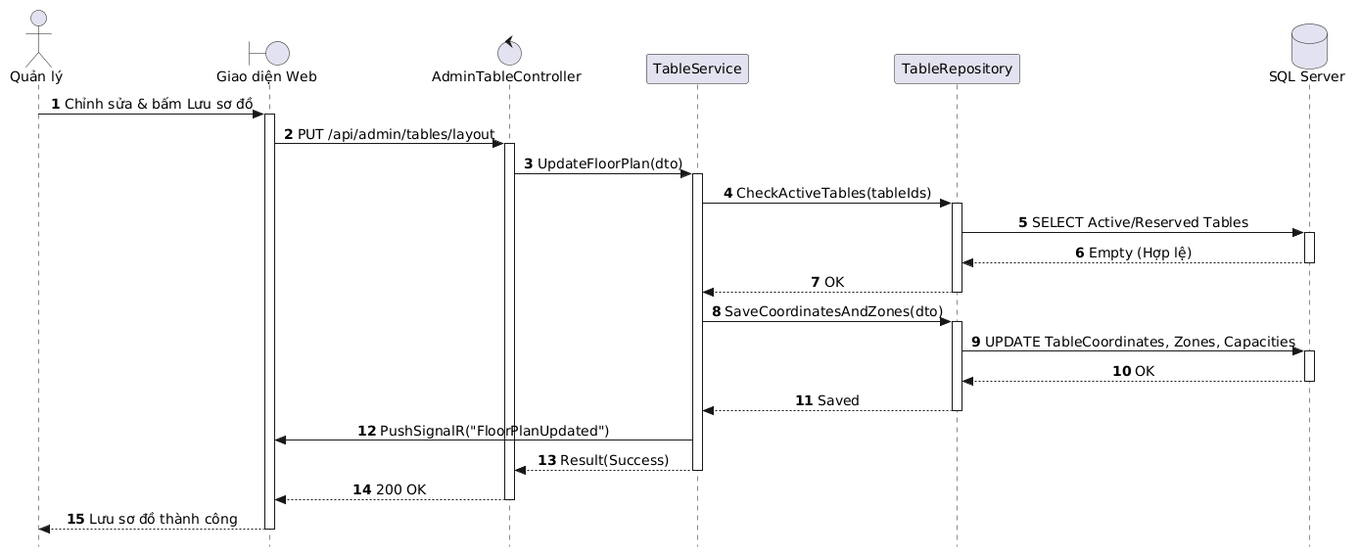
Above: out/docs/puml/sequences/SD_UC_A2_Floor_Plan_Layout/SD_UC_A2_Floor_Plan_Layout.png in AndrewQng/VinDining (PlantUML), before the change.
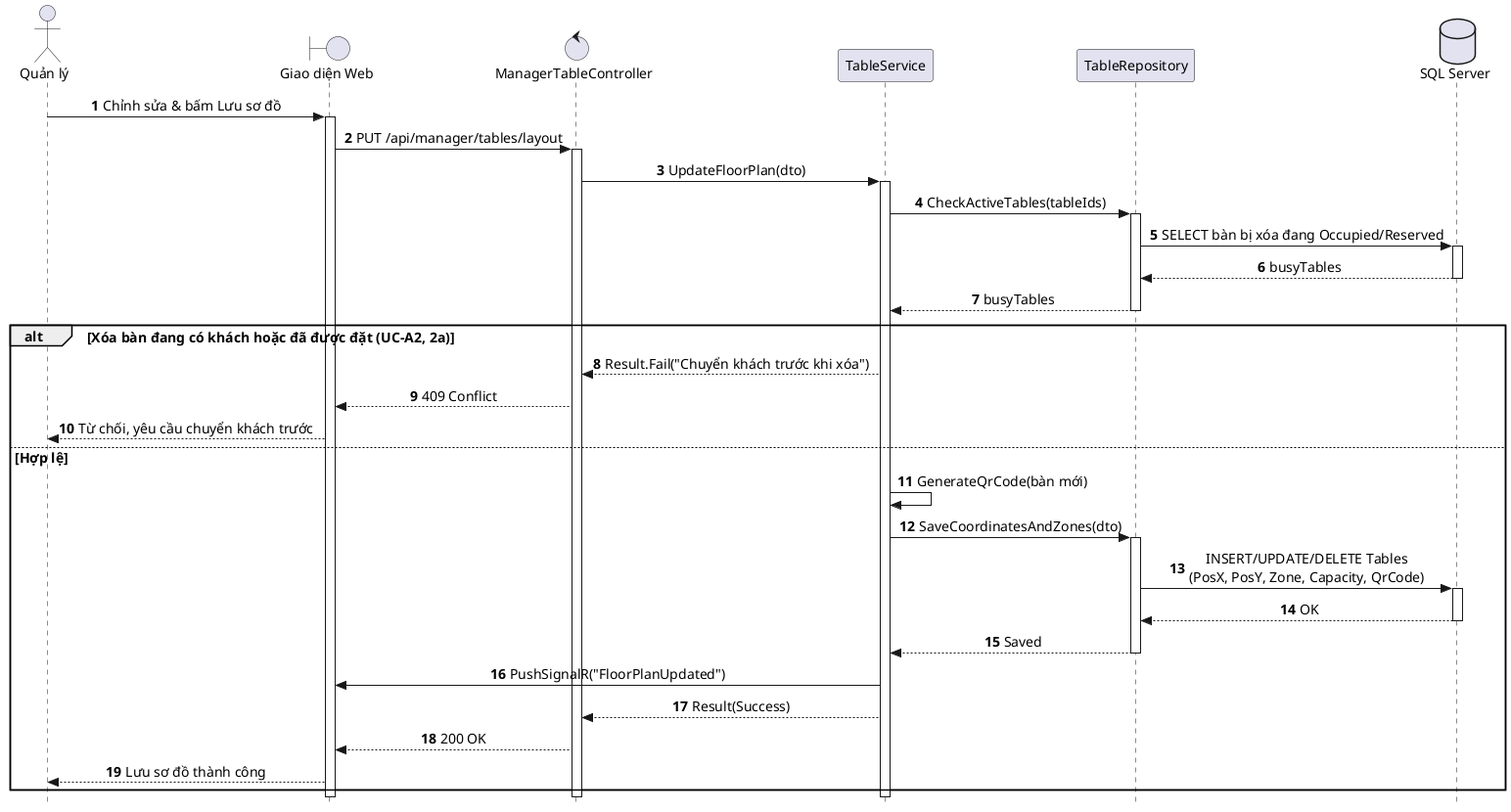
The same diagram one commit later.

Change to the diagram source:
```diff
@@ -1,4 +1,4 @@
-@startuml
+@startuml SD_UC_A2_Floor_Plan_Layout
 autonumber
 skinparam style strictuml
 skinparam sequenceMessageAlign center
@@ -8,7 +8,7 @@
 
 actor "Quản lý" as Manager
 boundary "Giao diện Web" as UI
-control "AdminTableController" as Controller
+control "ManagerTableController" as Controller
 participant "TableService" as Service
 participant "TableRepository" as Repo
 database "SQL Server" as DB
@@ -16,7 +16,7 @@
 Manager -> UI: Chỉnh sửa & bấm Lưu sơ đồ
 activate UI
 
-UI -> Controller: PUT /api/admin/tables/layout
+UI -> Controller: PUT /api/manager/tables/layout
 activate Controller
 
 Controller -> Service: UpdateFloorPlan(dto)
@@ -24,17 +24,23 @@
 
 Service -> Repo: CheckActiveTables(tableIds)
 activate Repo
-Repo -> DB: SELECT Active/Reserved Tables
+Repo -> DB: SELECT bàn bị xóa đang Occupied/Reserved
 activate DB
-DB --> Repo: Empty (Hợp lệ)
+DB --> Repo: busyTables
 deactivate DB
-Repo --> Service: OK
+Repo --> Service: busyTables
 deactivate Repo
 
+alt Xóa bàn đang có khách hoặc đã được đặt (UC-A2, 2a)
+    Service --> Controller: Result.Fail("Chuyển khách trước khi xóa")
+    Controller --> UI: 409 Conflict
+    UI --> Manager: Từ chối, yêu cầu chuyển khách trước
+else Hợp lệ
+Service -> Service: GenerateQrCode(bàn mới)
 Service -> Repo: SaveCoordinatesAndZones(dto)
 activate Repo
 
-Repo -> DB: UPDATE TableCoordinates, Zones, Capacities
+Repo -> DB: INSERT/UPDATE/DELETE Tables\n(PosX, PosY, Zone, Capacity, QrCode)
 activate DB
 DB --> Repo: OK
 deactivate DB
@@ -45,11 +51,11 @@
 Service -> UI: PushSignalR("FloorPlanUpdated")
 
 Service --> Controller: Result(Success)
-deactivate Service
-
 Controller --> UI: 200 OK
-deactivate Controller
 
 UI --> Manager: Lưu sơ đồ thành công
+end
+deactivate Service
+deactivate Controller
 deactivate UI
 @enduml
```
